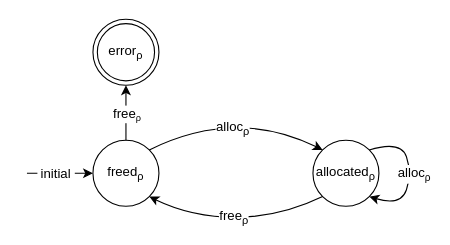
Before: algorithm/figures/double-free.drawio in andersfischernielsen/Finding-Resource-Manipulation-Bugs-with-Monitor-Automata-on-the-Example-of-the-Linux-Kernel, a draw.io diagram. Source tidied: cells renumbered, new cells numbered last; positions are measured from the earlier drawing's top-left corner, leaving out a move shared by most shapes. Both pictures are drawn from the tidied source at 110%, with x=0, y=0 at pixel (26, 19).
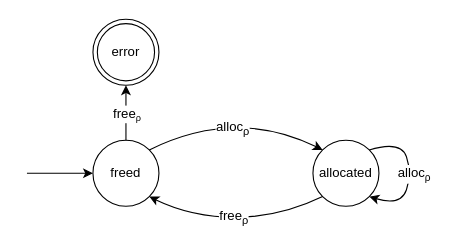
Above is the later version.

Unchanged cells that the change refers to:
```xml
<mxCell id="11" style="endArrow=classic;html=1;entryX=0;entryY=0.5;entryDx=0;entryDy=0;exitX=1;exitY=0.5;exitDx=0;exitDy=0;" parent="1" edge="1" target="2">
  <mxGeometry relative="1" as="geometry">
    <mxPoint y="140" as="sourcePoint" />
  </mxGeometry>
</mxCell>
```

What changed in the source:
```diff
@@
-    <mxCell id="2" value="freed&lt;span style=&quot;white-space: nowrap ; background-color: rgb(255 , 255 , 255)&quot;&gt;&lt;sub&gt;ρ&lt;/sub&gt;&lt;/span&gt;" style="ellipse;whiteSpace=wrap;html=1;" parent="1" vertex="1">
+    <mxCell id="2" value="freed" style="ellipse;whiteSpace=wrap;html=1;" parent="1" vertex="1">
       <mxGeometry x="60" y="110" width="60" height="60" as="geometry" />
     </mxCell>
@@
-    <mxCell id="5" value="allocated&lt;sub&gt;ρ&lt;/sub&gt;" style="ellipse;whiteSpace=wrap;html=1;" parent="1" vertex="1">
+    <mxCell id="5" value="allocated" style="ellipse;whiteSpace=wrap;html=1;" parent="1" vertex="1">
       <mxGeometry x="260" y="110" width="60" height="60" as="geometry" />
     </mxCell>
@@
-    <mxCell id="10" value="error&lt;sub&gt;ρ&lt;/sub&gt;" style="ellipse;shape=doubleEllipse;whiteSpace=wrap;html=1;" parent="1" vertex="1">
+    <mxCell id="10" value="error" style="ellipse;shape=doubleEllipse;whiteSpace=wrap;html=1;" parent="1" vertex="1">
       <mxGeometry x="60" width="60" height="60" as="geometry" />
     </mxCell>
@@
-    <mxCell id="12" value="&amp;nbsp;initial&amp;nbsp;" style="text;html=1;align=center;verticalAlign=middle;labelBackgroundColor=#ffffff;" parent="11" vertex="1">
-      <mxGeometry x="-0.17" relative="1" as="geometry" />
-    </mxCell>
```
